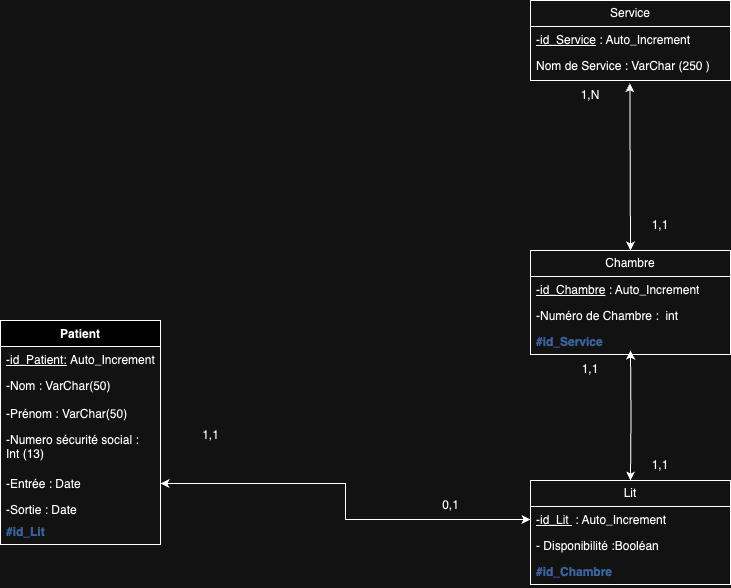
Before: Merise/MPD/MPD.drawio.png, a diagram exported from draw.io (WazeAbi/ECF_HOPITAL). Source tidied: cells renumbered, new cells last; positions are measured from the earlier drawing's top-left corner, leaving out a move shared by most shapes.
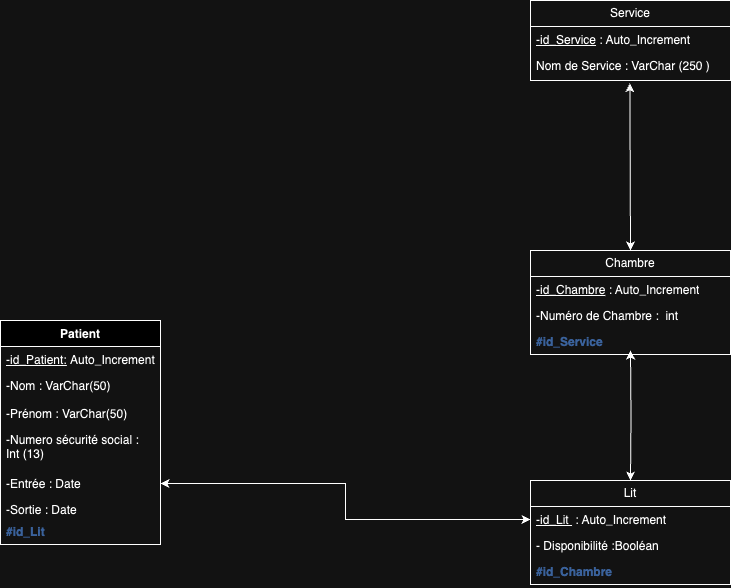
Above is the later version.

Diff of the diagram source:
```diff
@@ -35,18 +35,6 @@
     <mxCell id="12" value="&lt;b&gt;&lt;font color=&quot;#7ea6e0&quot;&gt;#id_Chambre&lt;/font&gt;&lt;/b&gt;" style="text;strokeColor=none;fillColor=none;align=left;verticalAlign=top;spacingLeft=4;spacingRight=4;overflow=hidden;whiteSpace=wrap;html=1;" parent="9" vertex="1">
       <mxGeometry y="78" width="200" height="26" as="geometry" />
     </mxCell>
-    <mxCell id="13" value="1,N" style="text;html=1;align=center;verticalAlign=middle;whiteSpace=wrap;rounded=0;" parent="1" vertex="1">
-      <mxGeometry x="560" y="80" width="60" height="30" as="geometry" />
-    </mxCell>
-    <mxCell id="14" value="1,1" style="text;html=1;align=center;verticalAlign=middle;whiteSpace=wrap;rounded=0;" parent="1" vertex="1">
-      <mxGeometry x="630" y="210" width="60" height="30" as="geometry" />
-    </mxCell>
-    <mxCell id="15" value="1,1" style="text;html=1;align=center;verticalAlign=middle;whiteSpace=wrap;rounded=0;" parent="1" vertex="1">
-      <mxGeometry x="630" y="450" width="60" height="30" as="geometry" />
-    </mxCell>
-    <mxCell id="16" value="1,1" style="text;html=1;align=center;verticalAlign=middle;whiteSpace=wrap;rounded=0;" parent="1" vertex="1">
-      <mxGeometry x="560" y="354" width="60" height="30" as="geometry" />
-    </mxCell>
     <mxCell id="17" value="Patient&lt;div&gt;&lt;br&gt;&lt;/div&gt;" style="swimlane;fontStyle=1;align=center;verticalAlign=top;horizontal=1;startSize=26;whiteSpace=wrap;html=1;" parent="1" vertex="1">
       <mxGeometry y="320" width="160" height="224" as="geometry" />
     </mxCell>
@@ -71,12 +59,6 @@
     <mxCell id="24" value="&lt;font color=&quot;#7ea6e0&quot;&gt;&lt;b&gt;#id_Lit&lt;/b&gt;&lt;/font&gt;&lt;div&gt;&lt;font color=&quot;#7ea6e0&quot;&gt;&lt;b&gt;&lt;br&gt;&lt;/b&gt;&lt;/font&gt;&lt;/div&gt;" style="text;strokeColor=none;fillColor=none;align=left;verticalAlign=top;spacingLeft=4;spacingRight=4;overflow=hidden;whiteSpace=wrap;html=1;" parent="17" vertex="1">
       <mxGeometry y="198" width="160" height="26" as="geometry" />
     </mxCell>
-    <mxCell id="25" value="0,1" style="text;html=1;align=center;verticalAlign=middle;strokeColor=none;fillColor=none;" parent="1" vertex="1">
-      <mxGeometry x="430" y="490" width="40" height="30" as="geometry" />
-    </mxCell>
-    <mxCell id="26" value="1,1" style="text;html=1;align=center;verticalAlign=middle;strokeColor=none;fillColor=none;" parent="1" vertex="1">
-      <mxGeometry x="190" y="420" width="40" height="30" as="geometry" />
-    </mxCell>
     <mxCell id="27" style="edgeStyle=orthogonalEdgeStyle;rounded=0;jettySize=auto;html=1;entryX=0.5;entryY=0;entryDx=0;entryDy=0;startArrow=classic;startFill=1;" parent="1" edge="1" target="9">
       <mxGeometry relative="1" as="geometry">
         <mxPoint x="630" y="350" as="sourcePoint" />
```
